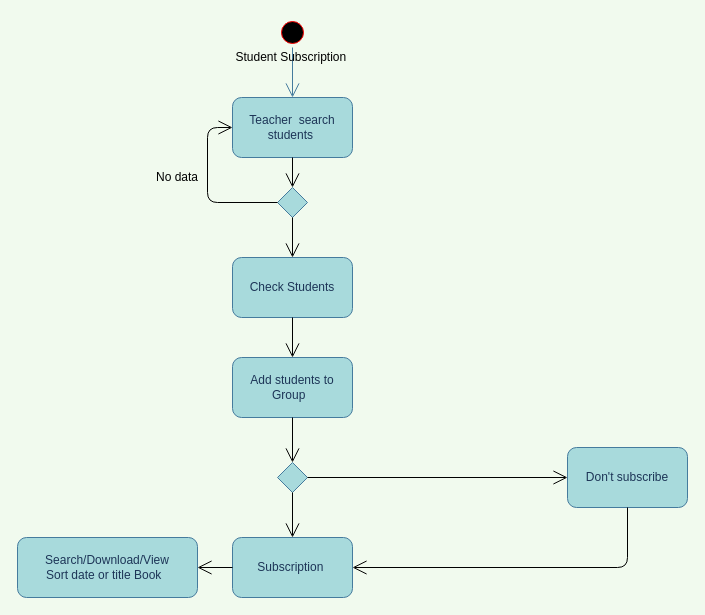
Before: page "Page-2" (2 of 2) of ATM Diagram.drawio in Phearun2020/Appsimple, a draw.io diagram. Source tidied: cells renumbered, new cells numbered last; positions are measured from the earlier drawing's top-left corner, leaving out a move shared by most shapes. Both pictures are drawn from the tidied source at 100%, with x=0, y=0 at pixel (17, 17).
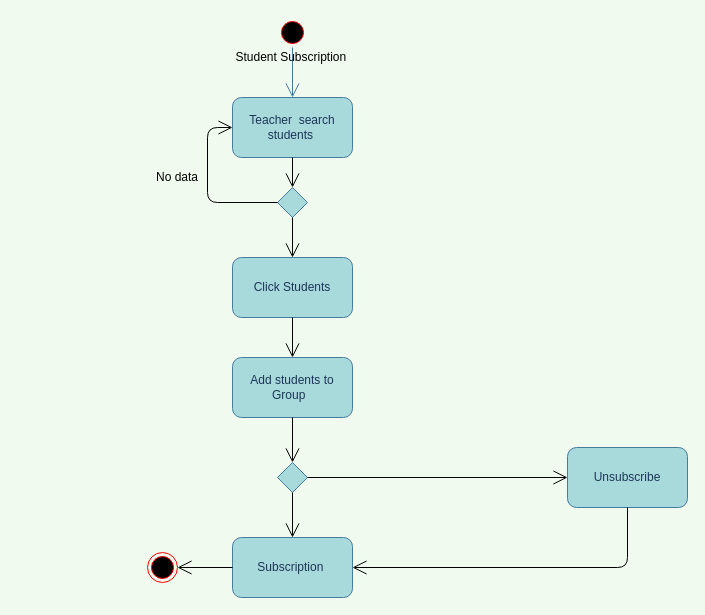
After the change.

Unchanged cells that the change refers to:
```xml
<mxCell id="13" value="Subscription&amp;nbsp;" style="rounded=1;whiteSpace=wrap;html=1;fillColor=#A8DADC;strokeColor=#457B9D;fontColor=#1D3557;" parent="1" vertex="1">
  <mxGeometry x="215" y="520" width="120" height="60" as="geometry" />
</mxCell>
```

The edit, as a diff of the source:
```diff
@@
-    <mxCell id="6" value="Check Students" style="rounded=1;whiteSpace=wrap;html=1;fillColor=#A8DADC;strokeColor=#457B9D;fontColor=#1D3557;" parent="1" vertex="1">
+    <mxCell id="6" value="Click Students" style="rounded=1;whiteSpace=wrap;html=1;fillColor=#A8DADC;strokeColor=#457B9D;fontColor=#1D3557;" parent="1" vertex="1">
       <mxGeometry x="215" y="240" width="120" height="60" as="geometry" />
     </mxCell>
-    <mxCell id="7" value="Don't subscribe" style="rounded=1;whiteSpace=wrap;html=1;fillColor=#A8DADC;strokeColor=#457B9D;fontColor=#1D3557;" parent="1" vertex="1">
+    <mxCell id="7" value="Unsubscribe" style="rounded=1;whiteSpace=wrap;html=1;fillColor=#A8DADC;strokeColor=#457B9D;fontColor=#1D3557;" parent="1" vertex="1">
       <mxGeometry x="550" y="430" width="120" height="60" as="geometry" />
     </mxCell>
@@
-    <mxCell id="20" value="Search/Download/View&lt;br&gt;Sort date or title Book &amp;nbsp;" style="rounded=1;whiteSpace=wrap;html=1;fillColor=#A8DADC;strokeColor=#457B9D;fontColor=#1D3557;" parent="1" vertex="1">
-      <mxGeometry y="520" width="180" height="60" as="geometry" />
-    </mxCell>
-    <mxCell id="21" style="endArrow=open;endFill=1;endSize=12;html=1;exitX=0;exitY=0.5;exitDx=0;exitDy=0;entryX=1;entryY=0.5;entryDx=0;entryDy=0;" parent="1" edge="1" source="13" target="20">
+    <mxCell id="21" style="endArrow=open;endFill=1;endSize=12;html=1;exitX=0;exitY=0.5;exitDx=0;exitDy=0;entryX=1;entryY=0.5;entryDx=0;entryDy=0;" parent="1" edge="1" source="13" target="23">
       <mxGeometry relative="1" as="geometry" />
     </mxCell>
@@
+    <mxCell id="23" style="ellipse;html=1;shape=endState;fillColor=#000000;strokeColor=#ff0000;" parent="1" vertex="1">
+      <mxGeometry x="130" y="535" width="30" height="30" as="geometry" />
+    </mxCell>
```
